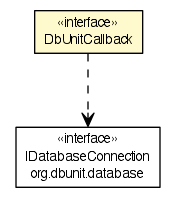
Above: apidocs/org/dayatang/dbunit/DbUnitCallback.png in dayatang/dddlib (Graphviz), before the change. Its source is kept beside it as apidocs/org/dayatang/dbunit/DbUnitCallback.dot. The source it was exported from:
```dot

digraph G {
	edge [fontname="Helvetica",fontsize=10,labelfontname="Helvetica",labelfontsize=10];
	node [fontname="Helvetica",fontsize=10,shape=plaintext];
	nodesep=0.25;
	ranksep=0.5;
	c39834 [label=<<table title="org.dayatang.dbunit.DbUnitCallback" border="0" cellborder="1" cellspacing="0" cellpadding="2" port="p" bgcolor="lemonChiffon" href="./DbUnitCallback.html">
		<tr><td><table border="0" cellspacing="0" cellpadding="1">
<tr><td align="center" balign="center"> &#171;interface&#187; </td></tr>
<tr><td align="center" balign="center"> DbUnitCallback </td></tr>
		</table></td></tr>
		</table>>, URL="./DbUnitCallback.html", fontname="Helvetica", fontcolor="black", fontsize=10.0];
	c39834:p -> c39974:p [taillabel="", label=" "headlabel="", fontname="Helvetica", fontcolor="black", fontsize=10.0, color="black", arrowhead=open, style=dashed];
	c39974 [label=<<table title="org.dbunit.database.IDatabaseConnection" border="0" cellborder="1" cellspacing="0" cellpadding="2" port="p" href="http://java.sun.com/j2se/1.4.2/docs/api/org/dbunit/database/IDatabaseConnection.html">
		<tr><td><table border="0" cellspacing="0" cellpadding="1">
<tr><td align="center" balign="center"> &#171;interface&#187; </td></tr>
<tr><td align="center" balign="center"> IDatabaseConnection </td></tr>
<tr><td align="center" balign="center"> org.dbunit.database </td></tr>
		</table></td></tr>
		</table>>, URL="http://java.sun.com/j2se/1.4.2/docs/api/org/dbunit/database/IDatabaseConnection.html", fontname="Helvetica", fontcolor="black", fontsize=10.0];
}
```
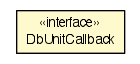
Later version of the same file.

Diff of the diagram source:
```diff
@@ -4,18 +4,10 @@
 	node [fontname="Helvetica",fontsize=10,shape=plaintext];
 	nodesep=0.25;
 	ranksep=0.5;
-	c39834 [label=<<table title="org.dayatang.dbunit.DbUnitCallback" border="0" cellborder="1" cellspacing="0" cellpadding="2" port="p" bgcolor="lemonChiffon" href="./DbUnitCallback.html">
+	c39644 [label=<<table title="org.dayatang.dbunit.DbUnitCallback" border="0" cellborder="1" cellspacing="0" cellpadding="2" port="p" bgcolor="lemonChiffon" href="./DbUnitCallback.html">
 		<tr><td><table border="0" cellspacing="0" cellpadding="1">
 <tr><td align="center" balign="center"> &#171;interface&#187; </td></tr>
 <tr><td align="center" balign="center"> DbUnitCallback </td></tr>
 		</table></td></tr>
 		</table>>, URL="./DbUnitCallback.html", fontname="Helvetica", fontcolor="black", fontsize=10.0];
-	c39834:p -> c39974:p [taillabel="", label=" "headlabel="", fontname="Helvetica", fontcolor="black", fontsize=10.0, color="black", arrowhead=open, style=dashed];
-	c39974 [label=<<table title="org.dbunit.database.IDatabaseConnection" border="0" cellborder="1" cellspacing="0" cellpadding="2" port="p" href="http://java.sun.com/j2se/1.4.2/docs/api/org/dbunit/database/IDatabaseConnection.html">
-		<tr><td><table border="0" cellspacing="0" cellpadding="1">
-<tr><td align="center" balign="center"> &#171;interface&#187; </td></tr>
-<tr><td align="center" balign="center"> IDatabaseConnection </td></tr>
-<tr><td align="center" balign="center"> org.dbunit.database </td></tr>
-		</table></td></tr>
-		</table>>, URL="http://java.sun.com/j2se/1.4.2/docs/api/org/dbunit/database/IDatabaseConnection.html", fontname="Helvetica", fontcolor="black", fontsize=10.0];
 }
```
